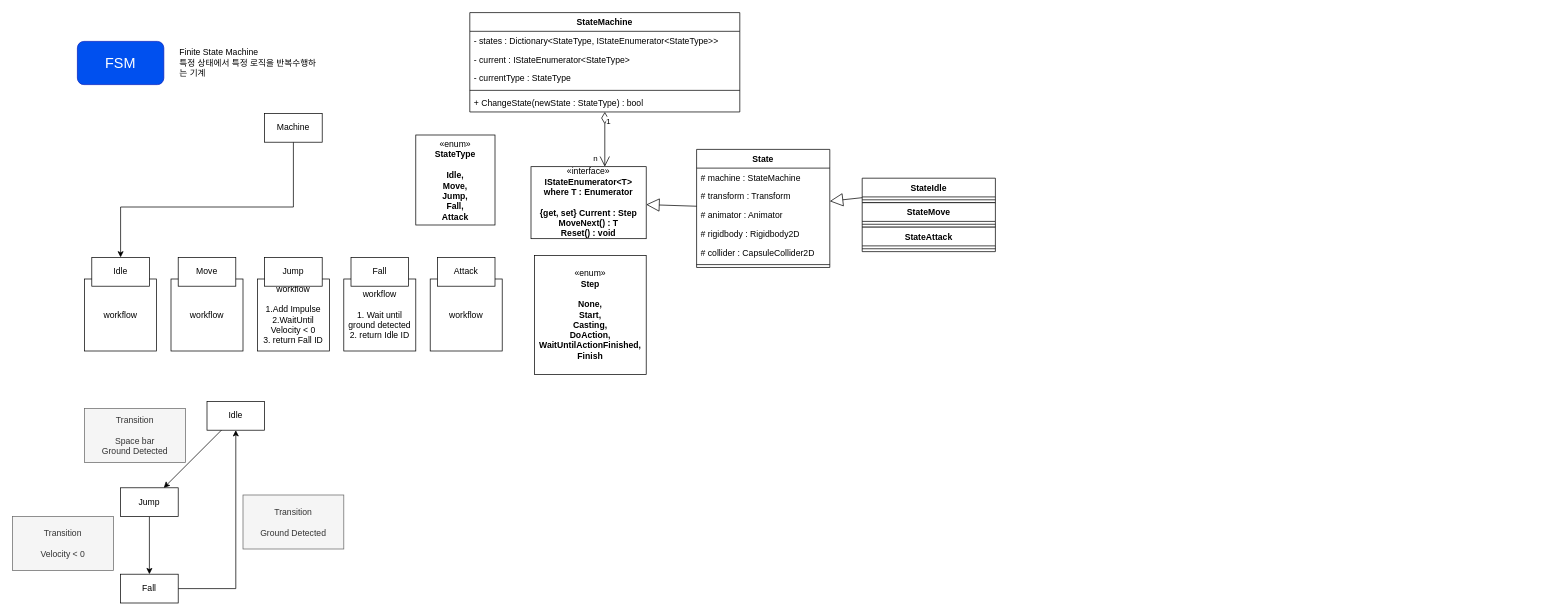
Before: Platformer2D/Platformer2D.drawio in luke-youngmin-cho/UnityEngineBasic_8th, a draw.io diagram. Source tidied: cells renumbered, new cells numbered last; positions are measured from the earlier drawing's top-left corner, leaving out a move shared by most shapes. Both pictures are drawn from the tidied source at 72%, with x=0, y=0 at pixel (12, 12).
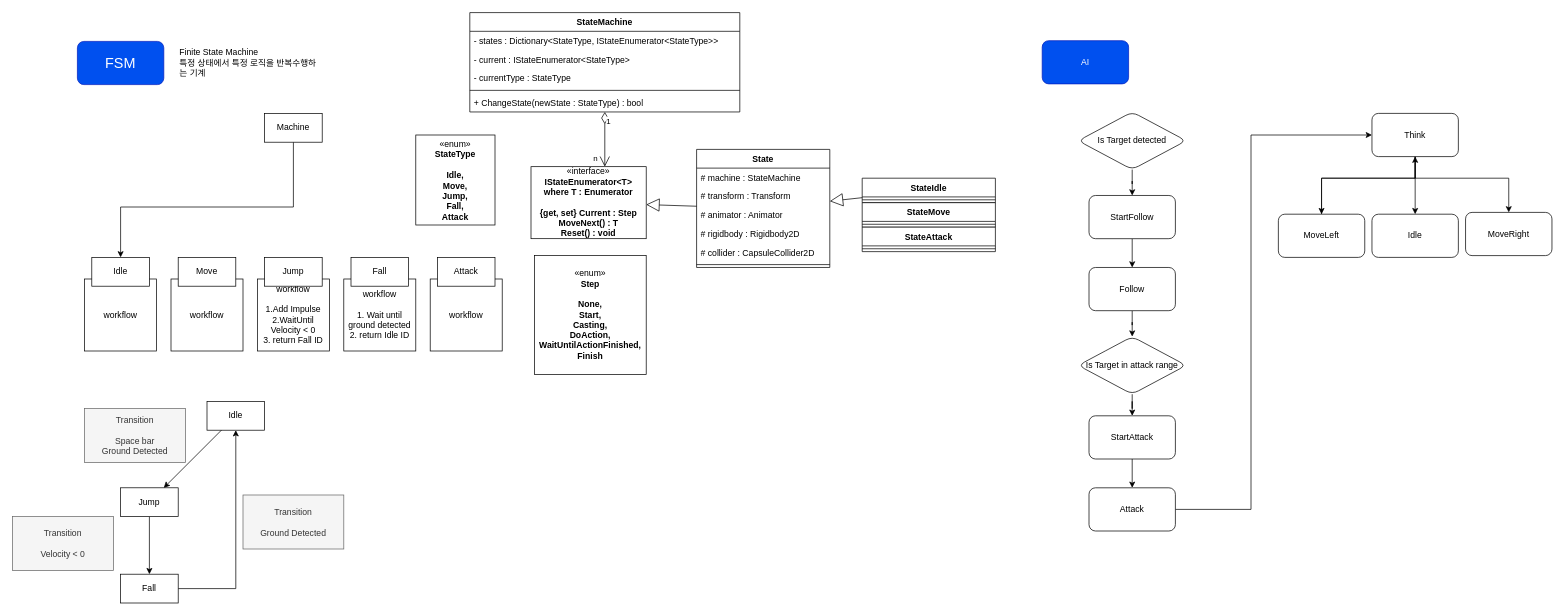
Above is the later version.

Change to the diagram source:
```diff
@@
+    <mxCell id="52" value="AI" style="rounded=1;whiteSpace=wrap;html=1;fillColor=#0050ef;fontColor=#ffffff;strokeColor=#001DBC;" parent="1" vertex="1">
+      <mxGeometry x="1430" y="39" width="120" height="60" as="geometry" />
+    </mxCell>
+    <mxCell id="53" style="edgeStyle=orthogonalEdgeStyle;rounded=0;jettySize=auto;html=1;" parent="1" edge="1" source="56" target="58">
+      <mxGeometry relative="1" as="geometry">
+        <Array as="points">
+          <mxPoint x="1948" y="230" />
+          <mxPoint x="1818" y="230" />
+        </Array>
+      </mxGeometry>
+    </mxCell>
+    <mxCell id="54" style="edgeStyle=orthogonalEdgeStyle;rounded=0;jettySize=auto;html=1;" parent="1" edge="1" source="56" target="59">
+      <mxGeometry relative="1" as="geometry" />
+    </mxCell>
+    <mxCell id="55" style="edgeStyle=orthogonalEdgeStyle;rounded=0;jettySize=auto;html=1;" parent="1" edge="1" source="56" target="60">
+      <mxGeometry relative="1" as="geometry">
+        <Array as="points">
+          <mxPoint x="1948" y="230" />
+          <mxPoint x="2078" y="230" />
+        </Array>
+      </mxGeometry>
+    </mxCell>
+    <mxCell id="56" value="Think" style="rounded=1;whiteSpace=wrap;html=1;" parent="1" vertex="1">
+      <mxGeometry x="1888" y="140" width="120" height="60" as="geometry" />
+    </mxCell>
+    <mxCell id="57" style="edgeStyle=orthogonalEdgeStyle;rounded=0;jettySize=auto;html=1;entryX=0.5;entryY=1;entryDx=0;entryDy=0;" parent="1" edge="1" source="58" target="56">
+      <mxGeometry relative="1" as="geometry">
+        <Array as="points">
+          <mxPoint x="1818" y="230" />
+          <mxPoint x="1948" y="230" />
+        </Array>
+      </mxGeometry>
+    </mxCell>
+    <mxCell id="58" value="MoveLeft" style="rounded=1;whiteSpace=wrap;html=1;" parent="1" vertex="1">
+      <mxGeometry x="1758" y="280" width="120" height="60" as="geometry" />
+    </mxCell>
+    <mxCell id="59" value="Idle" style="rounded=1;whiteSpace=wrap;html=1;" parent="1" vertex="1">
+      <mxGeometry x="1888" y="280" width="120" height="60" as="geometry" />
+    </mxCell>
+    <mxCell id="60" value="MoveRight" style="rounded=1;whiteSpace=wrap;html=1;" parent="1" vertex="1">
+      <mxGeometry x="2018" y="277.5" width="120" height="60" as="geometry" />
+    </mxCell>
+    <mxCell id="61" style="edgeStyle=orthogonalEdgeStyle;rounded=0;jettySize=auto;html=1;entryX=0.5;entryY=0;entryDx=0;entryDy=0;" parent="1" edge="1" source="62" target="64">
+      <mxGeometry relative="1" as="geometry" />
+    </mxCell>
+    <mxCell id="62" value="Is Target detected" style="rhombus;whiteSpace=wrap;html=1;rounded=1;" parent="1" vertex="1">
+      <mxGeometry x="1480" y="138" width="150" height="80" as="geometry" />
+    </mxCell>
+    <mxCell id="63" style="edgeStyle=orthogonalEdgeStyle;rounded=0;jettySize=auto;html=1;entryX=0.5;entryY=0;entryDx=0;entryDy=0;" parent="1" edge="1" source="64" target="66">
+      <mxGeometry relative="1" as="geometry" />
+    </mxCell>
+    <mxCell id="64" value="StartFollow" style="rounded=1;whiteSpace=wrap;html=1;" parent="1" vertex="1">
+      <mxGeometry x="1495" y="254" width="120" height="60" as="geometry" />
+    </mxCell>
+    <mxCell id="65" style="edgeStyle=orthogonalEdgeStyle;rounded=0;jettySize=auto;html=1;" parent="1" edge="1" source="66" target="68">
+      <mxGeometry relative="1" as="geometry" />
+    </mxCell>
+    <mxCell id="66" value="Follow" style="rounded=1;whiteSpace=wrap;html=1;" parent="1" vertex="1">
+      <mxGeometry x="1495" y="354" width="120" height="60" as="geometry" />
+    </mxCell>
+    <mxCell id="67" style="edgeStyle=orthogonalEdgeStyle;rounded=0;jettySize=auto;html=1;" parent="1" edge="1" source="68" target="70">
+      <mxGeometry relative="1" as="geometry" />
+    </mxCell>
+    <mxCell id="68" value="Is Target in attack range" style="rhombus;whiteSpace=wrap;html=1;rounded=1;" parent="1" vertex="1">
+      <mxGeometry x="1480" y="450" width="150" height="80" as="geometry" />
+    </mxCell>
+    <mxCell id="69" style="edgeStyle=orthogonalEdgeStyle;rounded=0;jettySize=auto;html=1;entryX=0.5;entryY=0;entryDx=0;entryDy=0;" parent="1" edge="1" source="70" target="72">
+      <mxGeometry relative="1" as="geometry" />
+    </mxCell>
+    <mxCell id="70" value="StartAttack" style="rounded=1;whiteSpace=wrap;html=1;" parent="1" vertex="1">
+      <mxGeometry x="1495" y="560" width="120" height="60" as="geometry" />
+    </mxCell>
+    <mxCell id="71" style="edgeStyle=orthogonalEdgeStyle;rounded=0;jettySize=auto;html=1;entryX=0;entryY=0.5;entryDx=0;entryDy=0;" parent="1" edge="1" source="72" target="56">
+      <mxGeometry relative="1" as="geometry">
+        <Array as="points">
+          <mxPoint x="1720" y="690" />
+          <mxPoint x="1720" y="170" />
+        </Array>
+      </mxGeometry>
+    </mxCell>
+    <mxCell id="72" value="Attack" style="rounded=1;whiteSpace=wrap;html=1;" parent="1" vertex="1">
+      <mxGeometry x="1495" y="660" width="120" height="60" as="geometry" />
+    </mxCell>
```
